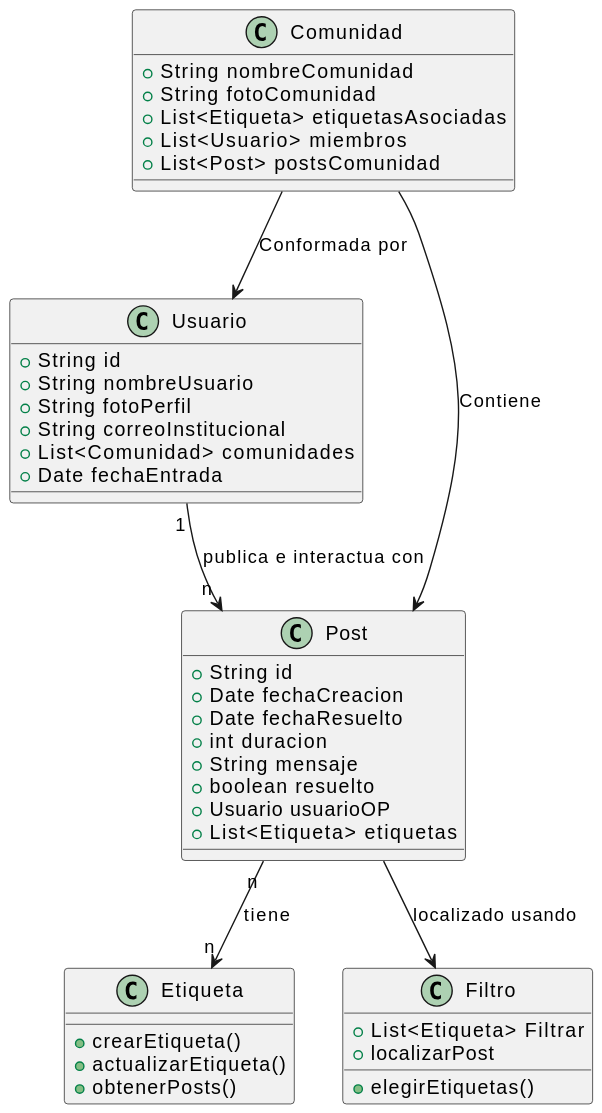
Above: MdD/DdClases/5ª_Iteración/DdClases.svg in miguelgomez75/24-25-IdSw1-SDR (PlantUML), before the change.
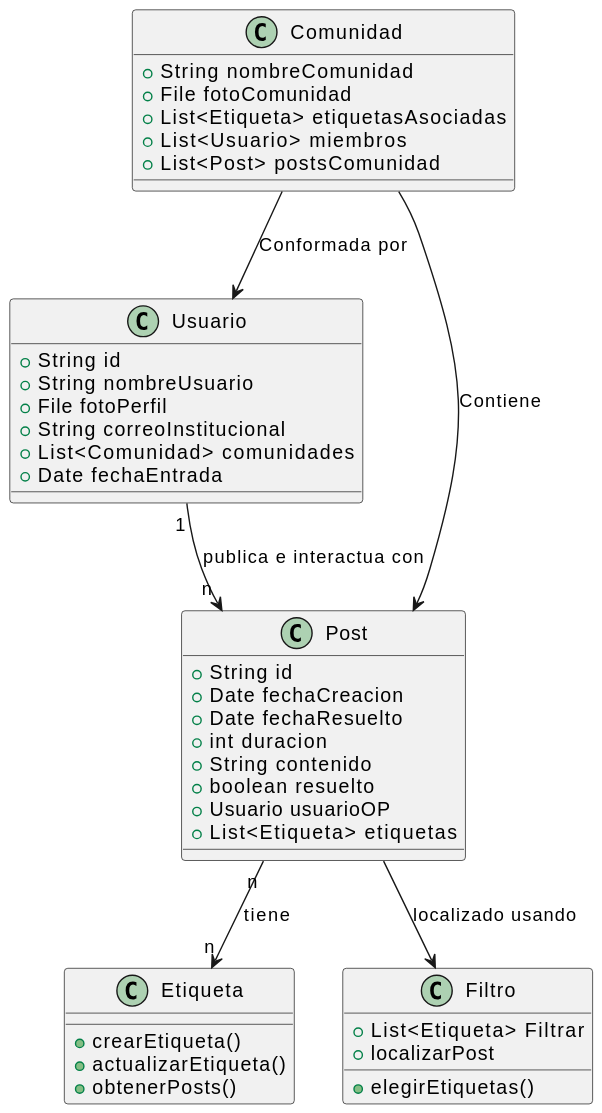
After the commit.

The edit, as a diff of the source:
```diff
@@ -2,7 +2,7 @@
 class Usuario {
     +String id
     +String nombreUsuario
-    +String fotoPerfil
+    +File fotoPerfil
     +String correoInstitucional
     +List<Comunidad> comunidades
     +Date fechaEntrada
@@ -12,7 +12,7 @@
     +Date fechaCreacion
     +Date fechaResuelto
     +int duracion
-    +String mensaje
+    +String contenido
     +boolean resuelto
     +Usuario usuarioOP
     +List<Etiqueta> etiquetas
@@ -25,7 +25,7 @@
 
 class Comunidad{
     +String nombreComunidad
-    +String fotoComunidad
+    +File fotoComunidad
     +List<Etiqueta> etiquetasAsociadas
     +List<Usuario> miembros
     +List<Post> postsComunidad
```
